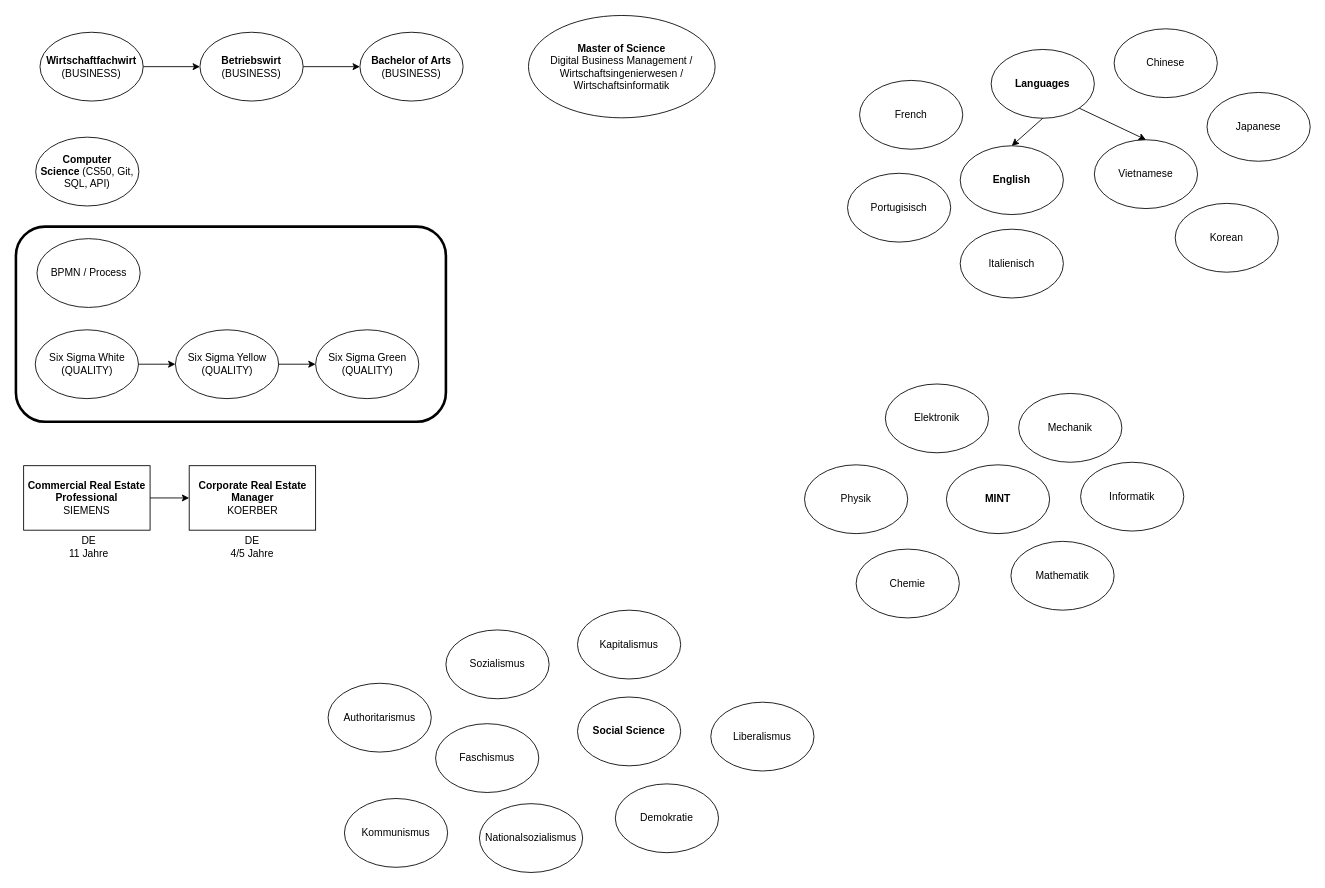
The draw.io diagram page "Trajectory" (1 of 4) of Notes/My CS Roadmap.drawio in wunschzettel891/Workbench, before the edit. Source tidied: cells renumbered, new cells numbered last; positions are measured from the earlier drawing's top-left corner, leaving out a move shared by most shapes. Both pictures are drawn from the tidied source at 86%, with x=0, y=0 at pixel (15, 15).
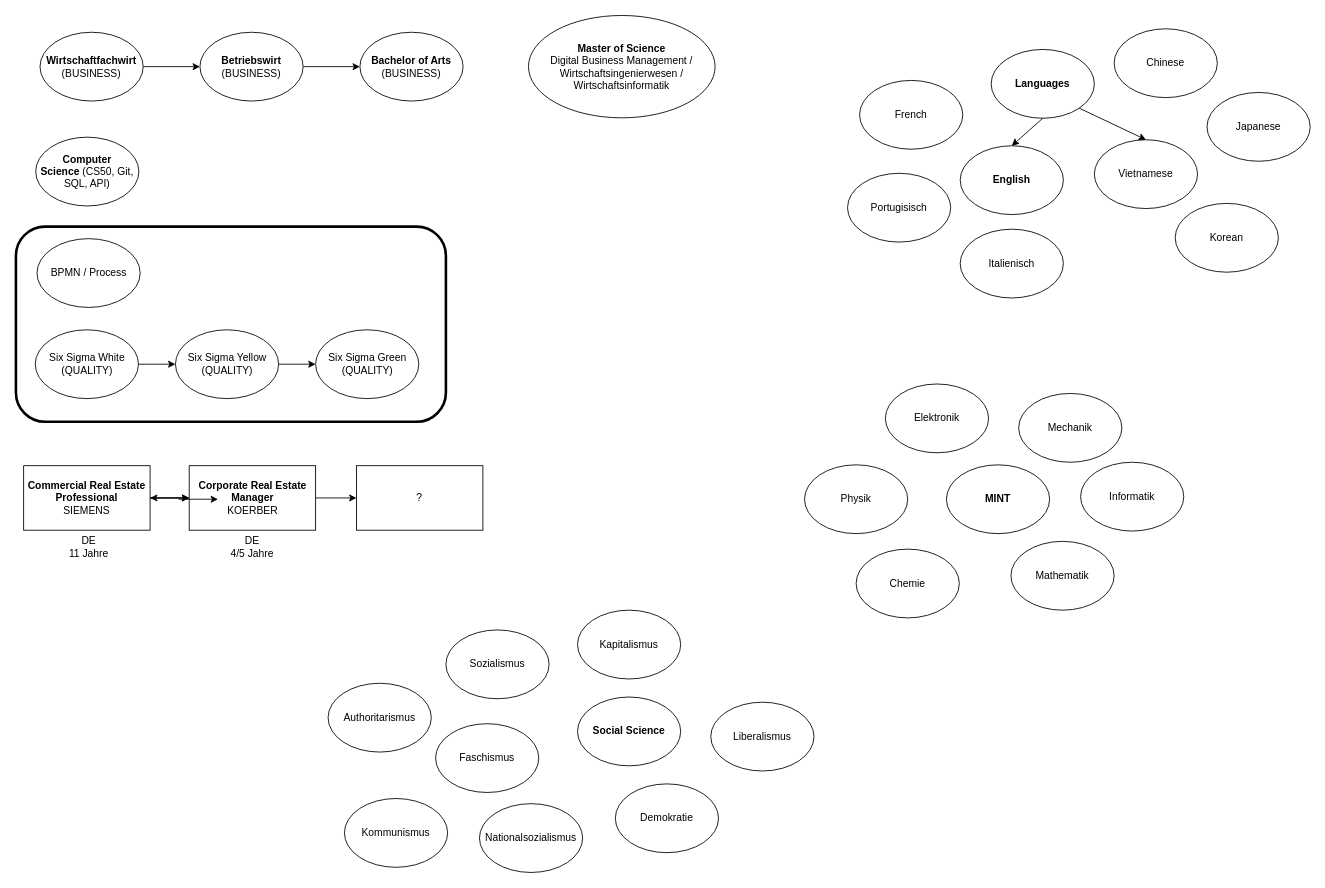
The same diagram, later.

The change refers to these unchanged cells:
```xml
<mxCell id="13" value="&lt;div&gt;&lt;b&gt;Commercial Real Estate Professional&lt;/b&gt;&lt;/div&gt;&lt;div&gt;SIEMENS&lt;/div&gt;" style="rounded=0;whiteSpace=wrap;html=1;" parent="1" vertex="1">
  <mxGeometry x="9" y="524" width="147" height="75" as="geometry" />
</mxCell>
<mxCell id="14" value="&lt;div&gt;&lt;b&gt;Corporate Real Estate Manager&lt;/b&gt;&lt;/div&gt;&lt;div&gt;KOERBER&lt;/div&gt;" style="rounded=0;whiteSpace=wrap;html=1;" parent="1" vertex="1">
  <mxGeometry x="201.5" y="524" width="147" height="75" as="geometry" />
</mxCell>
```

Diff of the diagram source:
```diff
@@
+    <mxCell id="48" style="edgeStyle=orthogonalEdgeStyle;rounded=0;jettySize=auto;html=1;" parent="1" edge="1" source="13" target="14">
+      <mxGeometry relative="1" as="geometry" />
+    </mxCell>
@@
+    <mxCell id="49" style="edgeStyle=orthogonalEdgeStyle;rounded=0;jettySize=auto;html=1;" parent="1" edge="1" source="14" target="13">
+      <mxGeometry relative="1" as="geometry" />
+    </mxCell>
@@
+    <mxCell id="50" value="?" style="rounded=0;whiteSpace=wrap;html=1;fillColor=light-dark(#FFFFFF,#FFFFFF);fontColor=light-dark(#000000,#000000);" parent="1" vertex="1">
+      <mxGeometry x="396" y="524" width="147" height="75" as="geometry" />
+    </mxCell>
+    <mxCell id="51" style="endArrow=classic;html=1;rounded=0;exitX=1;exitY=0.5;exitDx=0;exitDy=0;strokeColor=light-dark(#000000,#000000);entryX=0;entryY=0.5;entryDx=0;entryDy=0;" parent="1" edge="1">
+      <mxGeometry relative="1" as="geometry">
+        <mxPoint x="189" y="563" as="sourcePoint" />
+        <mxPoint x="235" y="563" as="targetPoint" />
+      </mxGeometry>
+    </mxCell>
+    <mxCell id="52" style="endArrow=classic;html=1;rounded=0;exitX=1;exitY=0.5;exitDx=0;exitDy=0;strokeColor=light-dark(#000000,#000000);entryX=0;entryY=0.5;entryDx=0;entryDy=0;" parent="1" edge="1" source="14" target="50">
+      <mxGeometry relative="1" as="geometry" />
+    </mxCell>
```
